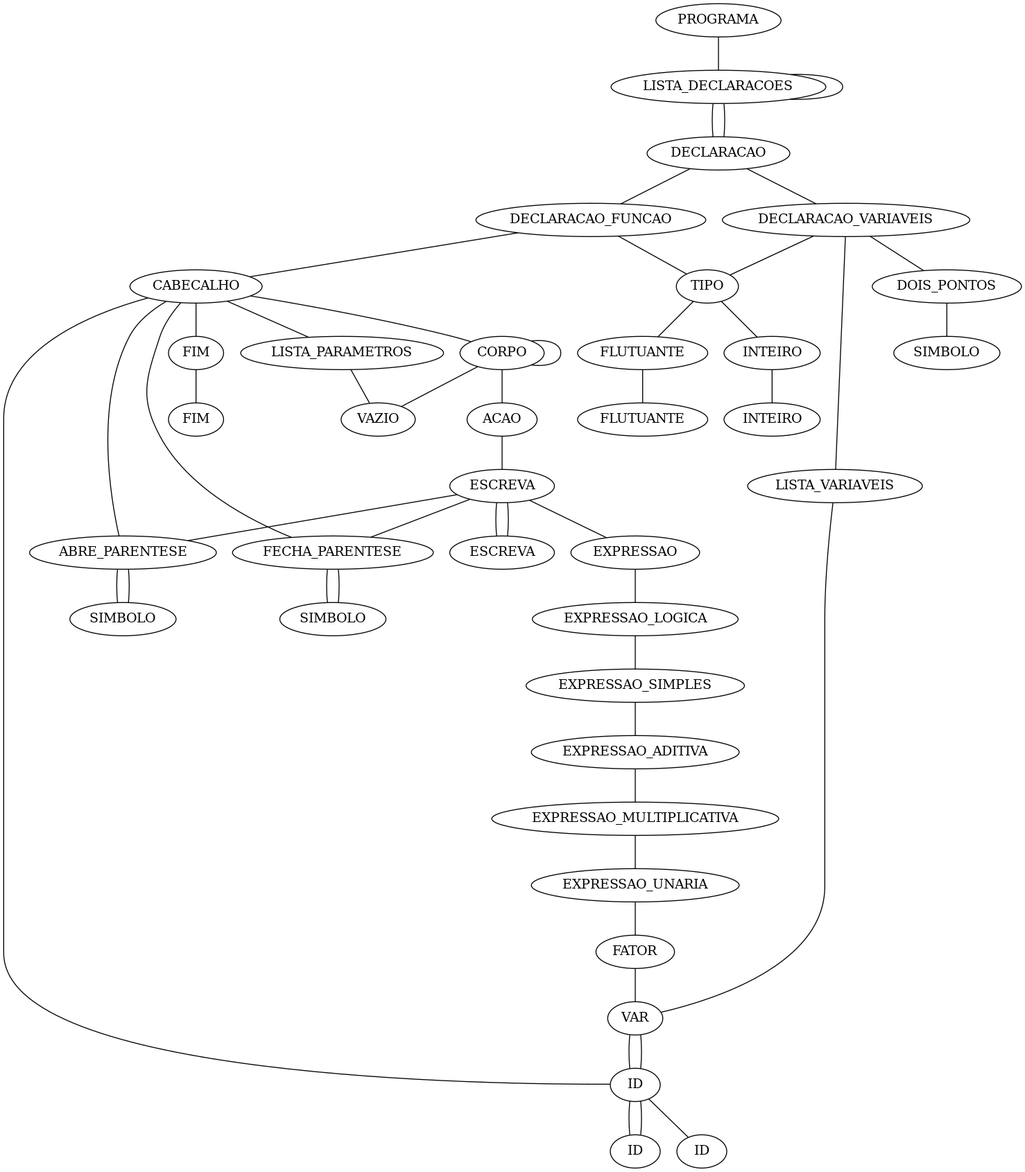
CaioCintra/CompiladorTpp keeps this Graphviz diagram as semantica-testes/sema-010.tpp.ast2.png. Above is the earlier version. Its source is kept beside it as semantica-testes/sema-010.tpp.unique.ast.dot. Source of this version:
```dot
digraph tree {
    "0x7f2412fec4c0" [label="programa"];
    "0x7f2412fec940" [label="lista_declaracoes"];
    "0x7f2412fec430" [label="lista_declaracoes"];
    "0x7f2412fec1c0" [label="declaracao"];
    "0x7f2412fec040" [label="declaracao_variaveis"];
    "0x7f2412fec6a0" [label="tipo"];
    "0x7f2412fec5b0" [label="FLUTUANTE"];
    "0x7f2412fec250" [label="flutuante"];
    "0x7f2412fec340" [label="dois_pontos"];
    "0x7f2412fec5e0" [label=":"];
    "0x7f2412fec460" [label="lista_variaveis"];
    "0x7f2412fec2b0" [label="var"];
    "0x7f2412fec4f0" [label="ID"];
    "0x7f2412fec700" [label="a"];
    "0x7f2412fec790" [label="declaracao"];
    "0x7f2412fec2e0" [label="declaracao_funcao"];
    "0x7f2412fec7c0" [label="tipo"];
    "0x7f2412fec7f0" [label="INTEIRO"];
    "0x7f2412fec820" [label="inteiro"];
    "0x7f2412feca90" [label="cabecalho"];
    "0x7f2412fecfd0" [label="ID"];
    "0x7f2412fecdf0" [label="principal"];
    "0x7f2412fecbe0" [label="ABRE_PARENTESE"];
    "0x7f2412fecc10" [label="("];
    "0x7f2412fec9a0" [label="lista_parametros"];
    "0x7f2412fec580" [label="vazio"];
    "0x7f241300e040" [label="FECHA_PARENTESE"];
    "0x7f241300e070" [label=")"];
    "0x7f2412fecd90" [label="corpo"];
    "0x7f2412fecac0" [label="corpo"];
    "0x7f2412fec850" [label="vazio"];
    "0x7f2412feceb0" [label="acao"];
    "0x7f2412fecd30" [label="escreva"];
    "0x7f2412fecdc0" [label="ESCREVA"];
    "0x7f2412fecee0" [label="escreva"];
    "0x7f2412fecf10" [label="ABRE_PARENTESE"];
    "0x7f2412fecf40" [label="("];
    "0x7f2412fecd00" [label="expressao"];
    "0x7f2412feccd0" [label="expressao_logica"];
    "0x7f2412fecc40" [label="expressao_simples"];
    "0x7f2412fecbb0" [label="expressao_aditiva"];
    "0x7f2412fecca0" [label="expressao_multiplicativa"];
    "0x7f2412fecaf0" [label="expressao_unaria"];
    "0x7f2412fecb80" [label="fator"];
    "0x7f2412fec9d0" [label="var"];
    "0x7f2412feca30" [label="ID"];
    "0x7f2412fecc70" [label="a"];
    "0x7f2412fecf70" [label="FECHA_PARENTESE"];
    "0x7f2412fecfa0" [label=")"];
    "0x7f241300e0a0" [label="FIM"];
    "0x7f241300e0d0" [label="fim"];
    "0x7f2412fec4c0" -> "0x7f2412fec940";
    "0x7f2412fec940" -> "0x7f2412fec430";
    "0x7f2412fec940" -> "0x7f2412fec790";
    "0x7f2412fec430" -> "0x7f2412fec1c0";
    "0x7f2412fec1c0" -> "0x7f2412fec040";
    "0x7f2412fec040" -> "0x7f2412fec6a0";
    "0x7f2412fec040" -> "0x7f2412fec340";
    "0x7f2412fec040" -> "0x7f2412fec460";
    "0x7f2412fec6a0" -> "0x7f2412fec5b0";
    "0x7f2412fec5b0" -> "0x7f2412fec250";
    "0x7f2412fec340" -> "0x7f2412fec5e0";
    "0x7f2412fec460" -> "0x7f2412fec2b0";
    "0x7f2412fec2b0" -> "0x7f2412fec4f0";
    "0x7f2412fec4f0" -> "0x7f2412fec700";
    "0x7f2412fec790" -> "0x7f2412fec2e0";
    "0x7f2412fec2e0" -> "0x7f2412fec7c0";
    "0x7f2412fec2e0" -> "0x7f2412feca90";
    "0x7f2412fec7c0" -> "0x7f2412fec7f0";
    "0x7f2412fec7f0" -> "0x7f2412fec820";
    "0x7f2412feca90" -> "0x7f2412fecfd0";
    "0x7f2412feca90" -> "0x7f2412fecbe0";
    "0x7f2412feca90" -> "0x7f2412fec9a0";
    "0x7f2412feca90" -> "0x7f241300e040";
    "0x7f2412feca90" -> "0x7f2412fecd90";
    "0x7f2412feca90" -> "0x7f241300e0a0";
    "0x7f2412fecfd0" -> "0x7f2412fecdf0";
    "0x7f2412fecbe0" -> "0x7f2412fecc10";
    "0x7f2412fec9a0" -> "0x7f2412fec580";
    "0x7f241300e040" -> "0x7f241300e070";
    "0x7f2412fecd90" -> "0x7f2412fecac0";
    "0x7f2412fecd90" -> "0x7f2412feceb0";
    "0x7f2412fecac0" -> "0x7f2412fec850";
    "0x7f2412feceb0" -> "0x7f2412fecd30";
    "0x7f2412fecd30" -> "0x7f2412fecdc0";
    "0x7f2412fecd30" -> "0x7f2412fecf10";
    "0x7f2412fecd30" -> "0x7f2412fecd00";
    "0x7f2412fecd30" -> "0x7f2412fecf70";
    "0x7f2412fecdc0" -> "0x7f2412fecee0";
    "0x7f2412fecf10" -> "0x7f2412fecf40";
    "0x7f2412fecd00" -> "0x7f2412feccd0";
    "0x7f2412feccd0" -> "0x7f2412fecc40";
    "0x7f2412fecc40" -> "0x7f2412fecbb0";
    "0x7f2412fecbb0" -> "0x7f2412fecca0";
    "0x7f2412fecca0" -> "0x7f2412fecaf0";
    "0x7f2412fecaf0" -> "0x7f2412fecb80";
    "0x7f2412fecb80" -> "0x7f2412fec9d0";
    "0x7f2412fec9d0" -> "0x7f2412feca30";
    "0x7f2412feca30" -> "0x7f2412fecc70";
    "0x7f2412fecf70" -> "0x7f2412fecfa0";
    "0x7f241300e0a0" -> "0x7f241300e0d0";
}
```
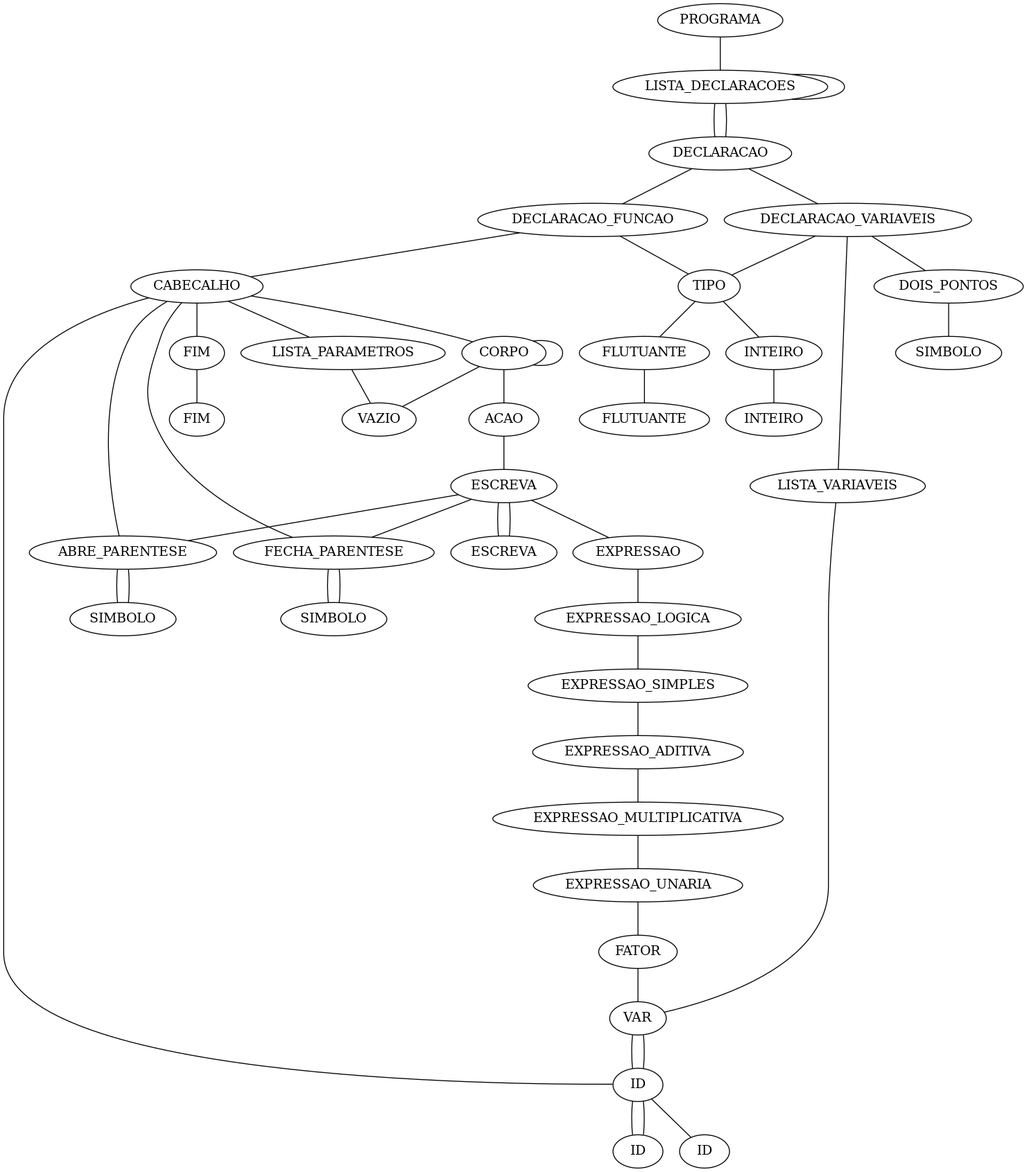
The same file after the commit.

Diff of the diagram source:
```diff
@@ -1,103 +1,103 @@
 digraph tree {
-    "0x7f2412fec4c0" [label="programa"];
-    "0x7f2412fec940" [label="lista_declaracoes"];
-    "0x7f2412fec430" [label="lista_declaracoes"];
-    "0x7f2412fec1c0" [label="declaracao"];
-    "0x7f2412fec040" [label="declaracao_variaveis"];
-    "0x7f2412fec6a0" [label="tipo"];
-    "0x7f2412fec5b0" [label="FLUTUANTE"];
-    "0x7f2412fec250" [label="flutuante"];
-    "0x7f2412fec340" [label="dois_pontos"];
-    "0x7f2412fec5e0" [label=":"];
-    "0x7f2412fec460" [label="lista_variaveis"];
-    "0x7f2412fec2b0" [label="var"];
-    "0x7f2412fec4f0" [label="ID"];
-    "0x7f2412fec700" [label="a"];
-    "0x7f2412fec790" [label="declaracao"];
-    "0x7f2412fec2e0" [label="declaracao_funcao"];
-    "0x7f2412fec7c0" [label="tipo"];
-    "0x7f2412fec7f0" [label="INTEIRO"];
-    "0x7f2412fec820" [label="inteiro"];
-    "0x7f2412feca90" [label="cabecalho"];
-    "0x7f2412fecfd0" [label="ID"];
-    "0x7f2412fecdf0" [label="principal"];
-    "0x7f2412fecbe0" [label="ABRE_PARENTESE"];
-    "0x7f2412fecc10" [label="("];
-    "0x7f2412fec9a0" [label="lista_parametros"];
-    "0x7f2412fec580" [label="vazio"];
-    "0x7f241300e040" [label="FECHA_PARENTESE"];
-    "0x7f241300e070" [label=")"];
-    "0x7f2412fecd90" [label="corpo"];
-    "0x7f2412fecac0" [label="corpo"];
-    "0x7f2412fec850" [label="vazio"];
-    "0x7f2412feceb0" [label="acao"];
-    "0x7f2412fecd30" [label="escreva"];
-    "0x7f2412fecdc0" [label="ESCREVA"];
-    "0x7f2412fecee0" [label="escreva"];
-    "0x7f2412fecf10" [label="ABRE_PARENTESE"];
-    "0x7f2412fecf40" [label="("];
-    "0x7f2412fecd00" [label="expressao"];
-    "0x7f2412feccd0" [label="expressao_logica"];
-    "0x7f2412fecc40" [label="expressao_simples"];
-    "0x7f2412fecbb0" [label="expressao_aditiva"];
-    "0x7f2412fecca0" [label="expressao_multiplicativa"];
-    "0x7f2412fecaf0" [label="expressao_unaria"];
-    "0x7f2412fecb80" [label="fator"];
-    "0x7f2412fec9d0" [label="var"];
-    "0x7f2412feca30" [label="ID"];
-    "0x7f2412fecc70" [label="a"];
-    "0x7f2412fecf70" [label="FECHA_PARENTESE"];
-    "0x7f2412fecfa0" [label=")"];
-    "0x7f241300e0a0" [label="FIM"];
-    "0x7f241300e0d0" [label="fim"];
-    "0x7f2412fec4c0" -> "0x7f2412fec940";
-    "0x7f2412fec940" -> "0x7f2412fec430";
-    "0x7f2412fec940" -> "0x7f2412fec790";
-    "0x7f2412fec430" -> "0x7f2412fec1c0";
-    "0x7f2412fec1c0" -> "0x7f2412fec040";
-    "0x7f2412fec040" -> "0x7f2412fec6a0";
-    "0x7f2412fec040" -> "0x7f2412fec340";
-    "0x7f2412fec040" -> "0x7f2412fec460";
-    "0x7f2412fec6a0" -> "0x7f2412fec5b0";
-    "0x7f2412fec5b0" -> "0x7f2412fec250";
-    "0x7f2412fec340" -> "0x7f2412fec5e0";
-    "0x7f2412fec460" -> "0x7f2412fec2b0";
-    "0x7f2412fec2b0" -> "0x7f2412fec4f0";
-    "0x7f2412fec4f0" -> "0x7f2412fec700";
-    "0x7f2412fec790" -> "0x7f2412fec2e0";
-    "0x7f2412fec2e0" -> "0x7f2412fec7c0";
-    "0x7f2412fec2e0" -> "0x7f2412feca90";
-    "0x7f2412fec7c0" -> "0x7f2412fec7f0";
-    "0x7f2412fec7f0" -> "0x7f2412fec820";
-    "0x7f2412feca90" -> "0x7f2412fecfd0";
-    "0x7f2412feca90" -> "0x7f2412fecbe0";
-    "0x7f2412feca90" -> "0x7f2412fec9a0";
-    "0x7f2412feca90" -> "0x7f241300e040";
-    "0x7f2412feca90" -> "0x7f2412fecd90";
-    "0x7f2412feca90" -> "0x7f241300e0a0";
-    "0x7f2412fecfd0" -> "0x7f2412fecdf0";
-    "0x7f2412fecbe0" -> "0x7f2412fecc10";
-    "0x7f2412fec9a0" -> "0x7f2412fec580";
-    "0x7f241300e040" -> "0x7f241300e070";
-    "0x7f2412fecd90" -> "0x7f2412fecac0";
-    "0x7f2412fecd90" -> "0x7f2412feceb0";
-    "0x7f2412fecac0" -> "0x7f2412fec850";
-    "0x7f2412feceb0" -> "0x7f2412fecd30";
-    "0x7f2412fecd30" -> "0x7f2412fecdc0";
-    "0x7f2412fecd30" -> "0x7f2412fecf10";
-    "0x7f2412fecd30" -> "0x7f2412fecd00";
-    "0x7f2412fecd30" -> "0x7f2412fecf70";
-    "0x7f2412fecdc0" -> "0x7f2412fecee0";
-    "0x7f2412fecf10" -> "0x7f2412fecf40";
-    "0x7f2412fecd00" -> "0x7f2412feccd0";
-    "0x7f2412feccd0" -> "0x7f2412fecc40";
-    "0x7f2412fecc40" -> "0x7f2412fecbb0";
-    "0x7f2412fecbb0" -> "0x7f2412fecca0";
-    "0x7f2412fecca0" -> "0x7f2412fecaf0";
-    "0x7f2412fecaf0" -> "0x7f2412fecb80";
-    "0x7f2412fecb80" -> "0x7f2412fec9d0";
-    "0x7f2412fec9d0" -> "0x7f2412feca30";
-    "0x7f2412feca30" -> "0x7f2412fecc70";
-    "0x7f2412fecf70" -> "0x7f2412fecfa0";
-    "0x7f241300e0a0" -> "0x7f241300e0d0";
+    "0x7f5760a3d8e0" [label="programa"];
+    "0x7f5760a3db20" [label="lista_declaracoes"];
+    "0x7f5760a3d850" [label="lista_declaracoes"];
+    "0x7f5760a3d670" [label="declaracao"];
+    "0x7f5760a3d430" [label="declaracao_variaveis"];
+    "0x7f5760a3d700" [label="tipo"];
+    "0x7f5760a3d550" [label="FLUTUANTE"];
+    "0x7f5760a3d520" [label="flutuante"];
+    "0x7f5760a3d7c0" [label="dois_pontos"];
+    "0x7f5760a3d7f0" [label=":"];
+    "0x7f5760a3d820" [label="lista_variaveis"];
+    "0x7f5760a3d2e0" [label="var"];
+    "0x7f5760a3d880" [label="ID"];
+    "0x7f5760a3d970" [label="a"];
+    "0x7f5760a3da00" [label="declaracao"];
+    "0x7f5760a3d730" [label="declaracao_funcao"];
+    "0x7f5760a3da30" [label="tipo"];
+    "0x7f5760a3da60" [label="INTEIRO"];
+    "0x7f5760a3da90" [label="inteiro"];
+    "0x7f5760a3dbb0" [label="cabecalho"];
+    "0x7f5760a3dd00" [label="ID"];
+    "0x7f57609e3280" [label="principal"];
+    "0x7f57609e32b0" [label="ABRE_PARENTESE"];
+    "0x7f57609e3100" [label="("];
+    "0x7f5760a3dc10" [label="lista_parametros"];
+    "0x7f5760a3d940" [label="vazio"];
+    "0x7f57609e3160" [label="FECHA_PARENTESE"];
+    "0x7f57609e30a0" [label=")"];
+    "0x7f5760a3ddc0" [label="corpo"];
+    "0x7f5760a3dd30" [label="corpo"];
+    "0x7f5760a3dac0" [label="vazio"];
+    "0x7f5760a3dcd0" [label="acao"];
+    "0x7f5760a3dfa0" [label="escreva"];
+    "0x7f57609e3070" [label="ESCREVA"];
+    "0x7f57609e3190" [label="escreva"];
+    "0x7f57609e31c0" [label="ABRE_PARENTESE"];
+    "0x7f57609e31f0" [label="("];
+    "0x7f5760a3df70" [label="expressao"];
+    "0x7f5760a3df40" [label="expressao_logica"];
+    "0x7f5760a3deb0" [label="expressao_simples"];
+    "0x7f5760a3de20" [label="expressao_aditiva"];
+    "0x7f5760a3df10" [label="expressao_multiplicativa"];
+    "0x7f5760a3dd60" [label="expressao_unaria"];
+    "0x7f5760a3ddf0" [label="fator"];
+    "0x7f5760a3dc40" [label="var"];
+    "0x7f5760a3dca0" [label="ID"];
+    "0x7f5760a3dee0" [label="a"];
+    "0x7f57609e3220" [label="FECHA_PARENTESE"];
+    "0x7f57609e3250" [label=")"];
+    "0x7f57609e32e0" [label="FIM"];
+    "0x7f57609e3310" [label="fim"];
+    "0x7f5760a3d8e0" -> "0x7f5760a3db20";
+    "0x7f5760a3db20" -> "0x7f5760a3d850";
+    "0x7f5760a3db20" -> "0x7f5760a3da00";
+    "0x7f5760a3d850" -> "0x7f5760a3d670";
+    "0x7f5760a3d670" -> "0x7f5760a3d430";
+    "0x7f5760a3d430" -> "0x7f5760a3d700";
+    "0x7f5760a3d430" -> "0x7f5760a3d7c0";
+    "0x7f5760a3d430" -> "0x7f5760a3d820";
+    "0x7f5760a3d700" -> "0x7f5760a3d550";
+    "0x7f5760a3d550" -> "0x7f5760a3d520";
+    "0x7f5760a3d7c0" -> "0x7f5760a3d7f0";
+    "0x7f5760a3d820" -> "0x7f5760a3d2e0";
+    "0x7f5760a3d2e0" -> "0x7f5760a3d880";
+    "0x7f5760a3d880" -> "0x7f5760a3d970";
+    "0x7f5760a3da00" -> "0x7f5760a3d730";
+    "0x7f5760a3d730" -> "0x7f5760a3da30";
+    "0x7f5760a3d730" -> "0x7f5760a3dbb0";
+    "0x7f5760a3da30" -> "0x7f5760a3da60";
+    "0x7f5760a3da60" -> "0x7f5760a3da90";
+    "0x7f5760a3dbb0" -> "0x7f5760a3dd00";
+    "0x7f5760a3dbb0" -> "0x7f57609e32b0";
+    "0x7f5760a3dbb0" -> "0x7f5760a3dc10";
+    "0x7f5760a3dbb0" -> "0x7f57609e3160";
+    "0x7f5760a3dbb0" -> "0x7f5760a3ddc0";
+    "0x7f5760a3dbb0" -> "0x7f57609e32e0";
+    "0x7f5760a3dd00" -> "0x7f57609e3280";
+    "0x7f57609e32b0" -> "0x7f57609e3100";
+    "0x7f5760a3dc10" -> "0x7f5760a3d940";
+    "0x7f57609e3160" -> "0x7f57609e30a0";
+    "0x7f5760a3ddc0" -> "0x7f5760a3dd30";
+    "0x7f5760a3ddc0" -> "0x7f5760a3dcd0";
+    "0x7f5760a3dd30" -> "0x7f5760a3dac0";
+    "0x7f5760a3dcd0" -> "0x7f5760a3dfa0";
+    "0x7f5760a3dfa0" -> "0x7f57609e3070";
+    "0x7f5760a3dfa0" -> "0x7f57609e31c0";
+    "0x7f5760a3dfa0" -> "0x7f5760a3df70";
+    "0x7f5760a3dfa0" -> "0x7f57609e3220";
+    "0x7f57609e3070" -> "0x7f57609e3190";
+    "0x7f57609e31c0" -> "0x7f57609e31f0";
+    "0x7f5760a3df70" -> "0x7f5760a3df40";
+    "0x7f5760a3df40" -> "0x7f5760a3deb0";
+    "0x7f5760a3deb0" -> "0x7f5760a3de20";
+    "0x7f5760a3de20" -> "0x7f5760a3df10";
+    "0x7f5760a3df10" -> "0x7f5760a3dd60";
+    "0x7f5760a3dd60" -> "0x7f5760a3ddf0";
+    "0x7f5760a3ddf0" -> "0x7f5760a3dc40";
+    "0x7f5760a3dc40" -> "0x7f5760a3dca0";
+    "0x7f5760a3dca0" -> "0x7f5760a3dee0";
+    "0x7f57609e3220" -> "0x7f57609e3250";
+    "0x7f57609e32e0" -> "0x7f57609e3310";
 }
```
